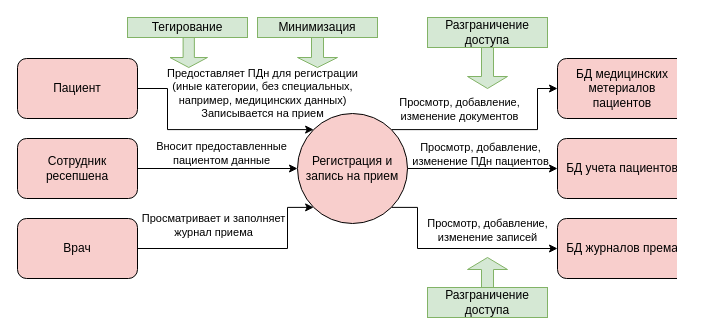
TAraya/architecture-medikamente keeps this draw.io diagram as Task1/df1i.drawio. Above is the earlier version. Source tidied: cells renumbered, new cells numbered last; positions are measured from the earlier drawing's top-left corner, leaving out a move shared by most shapes. Both pictures are drawn from the tidied source at 100%, with x=0, y=0 at pixel (17, 17).
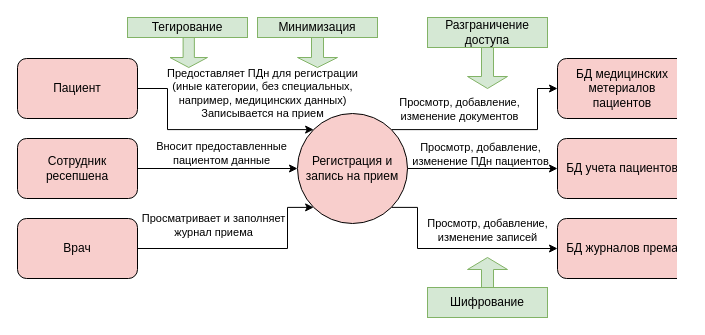
After the change.

The edit, as a diff of the source:
```diff
@@
-    <mxCell id="31" value="Разграничение доступа" style="rounded=0;whiteSpace=wrap;html=1;fillColor=#d5e8d4;strokeColor=#82b366;" parent="1" vertex="1">
+    <mxCell id="31" value="Шифрование" style="rounded=0;whiteSpace=wrap;html=1;fillColor=#d5e8d4;strokeColor=#82b366;" parent="1" vertex="1">
       <mxGeometry x="410" y="270" width="120" height="30" as="geometry" />
     </mxCell>
```
